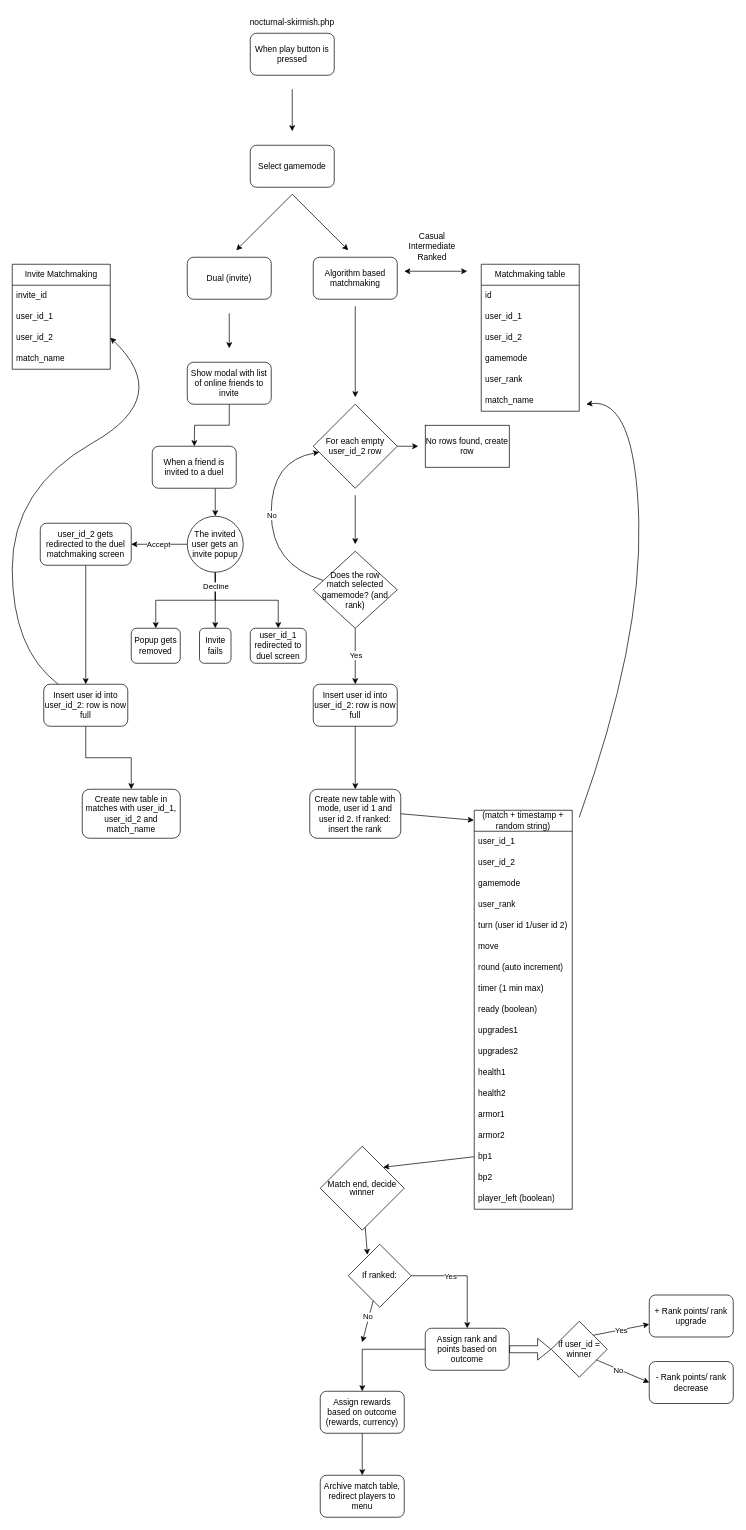
Nocturnal-Skirmish/Nocturnal-Skirmish-GameHub keeps this draw.io diagram as design_prototypes/flowcharts/gameflow.drawio. Above is the earlier version. Source tidied: cells renumbered, new cells numbered last; positions are measured from the earlier drawing's top-left corner, leaving out a move shared by most shapes. Both pictures are drawn from the tidied source at 70%, with x=0, y=0 at pixel (12, 12).
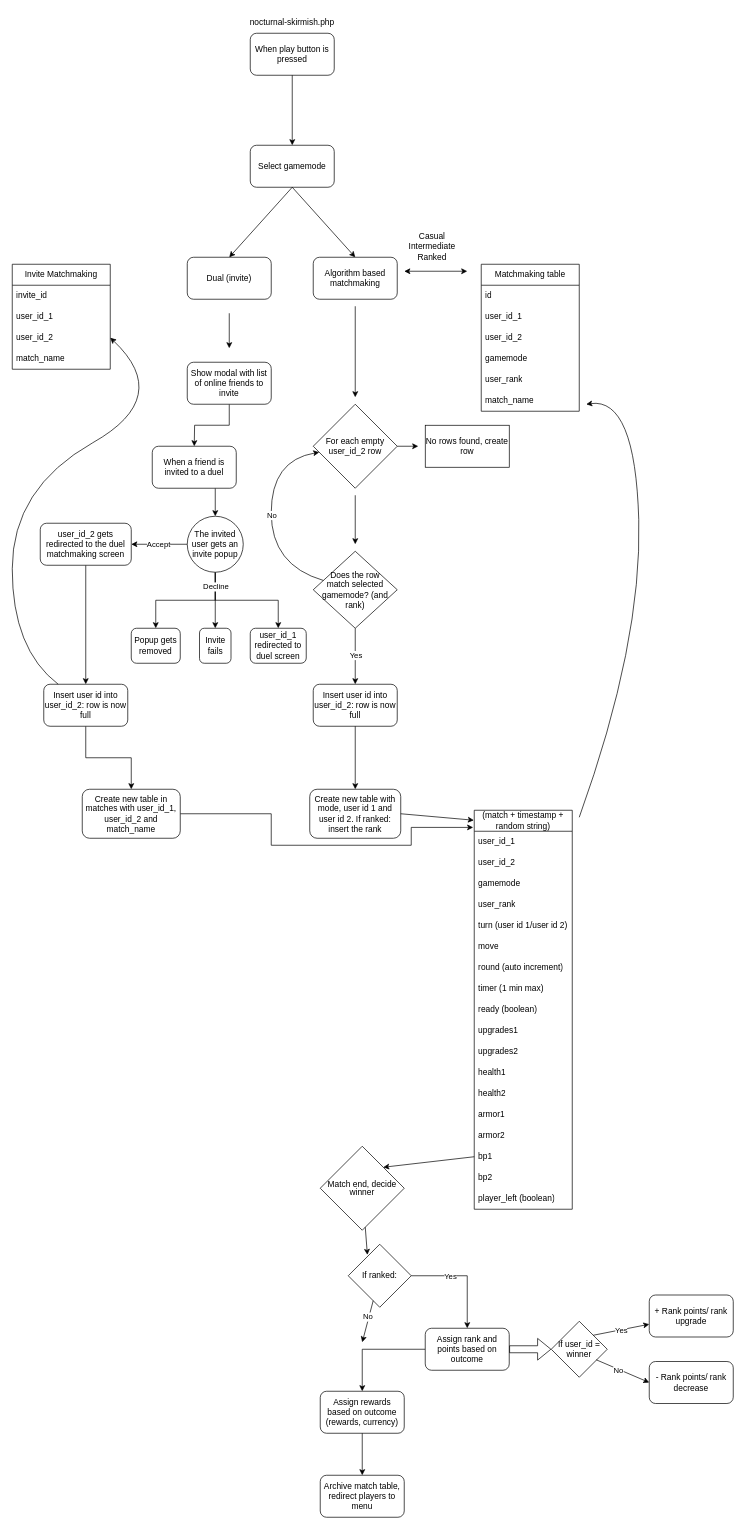
After the change.

The change refers to these unchanged cells:
```xml
<mxCell id="2" value="When play button is pressed" style="rounded=1;whiteSpace=wrap;html=1;" parent="1" vertex="1">
  <mxGeometry x="340" y="30" width="120" height="60" as="geometry" />
</mxCell>
<mxCell id="5" value="Select gamemode" style="rounded=1;whiteSpace=wrap;html=1;" parent="1" vertex="1">
  <mxGeometry x="340" y="190" width="120" height="60" as="geometry" />
</mxCell>
<mxCell id="8" value="Dual (invite)" style="rounded=1;whiteSpace=wrap;html=1;" parent="1" vertex="1">
  <mxGeometry x="250" y="350" width="120" height="60" as="geometry" />
</mxCell>
<mxCell id="9" value="Algorithm based matchmaking" style="rounded=1;whiteSpace=wrap;html=1;" parent="1" vertex="1">
  <mxGeometry x="430" y="350" width="120" height="60" as="geometry" />
</mxCell>
<mxCell id="32" value="(match + timestamp + random string)" style="swimlane;fontStyle=0;horizontal=1;startSize=30;whiteSpace=wrap;html=1;" parent="1" vertex="1">
  <mxGeometry x="660" y="1140" width="140" height="570" as="geometry" />
</mxCell>
<mxCell id="97" value="Create new table in matches with user_id_1, user_id_2 and match_name" style="rounded=1;whiteSpace=wrap;html=1;" parent="1" vertex="1">
  <mxGeometry x="100" y="1110" width="140" height="70" as="geometry" />
</mxCell>
```

Change to the diagram source:
```diff
@@
-    <mxCell id="4" style="endArrow=classic;html=1;rounded=0;" parent="1" edge="1">
-      <mxGeometry relative="1" as="geometry">
-        <mxPoint x="400" y="110" as="sourcePoint" />
-        <mxPoint x="400" y="170" as="targetPoint" />
-      </mxGeometry>
+    <mxCell id="4" style="endArrow=classic;html=1;rounded=0;exitX=0.5;exitY=1;exitDx=0;exitDy=0;entryX=0.5;entryY=0;entryDx=0;entryDy=0;" parent="1" edge="1" source="2" target="5">
+      <mxGeometry relative="1" as="geometry" />
     </mxCell>
@@
-    <mxCell id="6" style="endArrow=classic;html=1;rounded=0;" parent="1" edge="1">
-      <mxGeometry relative="1" as="geometry">
-        <mxPoint x="400" y="260" as="sourcePoint" />
-        <mxPoint x="480" y="340" as="targetPoint" />
-      </mxGeometry>
+    <mxCell id="6" style="endArrow=classic;html=1;rounded=0;exitX=0.5;exitY=1;exitDx=0;exitDy=0;entryX=0.5;entryY=0;entryDx=0;entryDy=0;" parent="1" edge="1" source="5" target="9">
+      <mxGeometry relative="1" as="geometry" />
     </mxCell>
-    <mxCell id="7" style="endArrow=classic;html=1;rounded=0;" parent="1" edge="1">
-      <mxGeometry relative="1" as="geometry">
-        <mxPoint x="400" y="260" as="sourcePoint" />
-        <mxPoint x="320" y="340" as="targetPoint" />
-      </mxGeometry>
+    <mxCell id="7" style="endArrow=classic;html=1;rounded=0;exitX=0.5;exitY=1;exitDx=0;exitDy=0;entryX=0.5;entryY=0;entryDx=0;entryDy=0;" parent="1" edge="1" source="5" target="8">
+      <mxGeometry relative="1" as="geometry" />
     </mxCell>
@@
+    <mxCell id="100" style="edgeStyle=orthogonalEdgeStyle;rounded=0;jettySize=auto;html=1;exitX=1;exitY=0.5;exitDx=0;exitDy=0;entryX=-0.011;entryY=0.043;entryDx=0;entryDy=0;entryPerimeter=0;" parent="1" edge="1" source="97" target="32">
+      <mxGeometry relative="1" as="geometry">
+        <Array as="points">
+          <mxPoint x="370" y="1145" />
+          <mxPoint x="370" y="1190" />
+          <mxPoint x="570" y="1190" />
+          <mxPoint x="570" y="1165" />
+        </Array>
+      </mxGeometry>
+    </mxCell>
```
